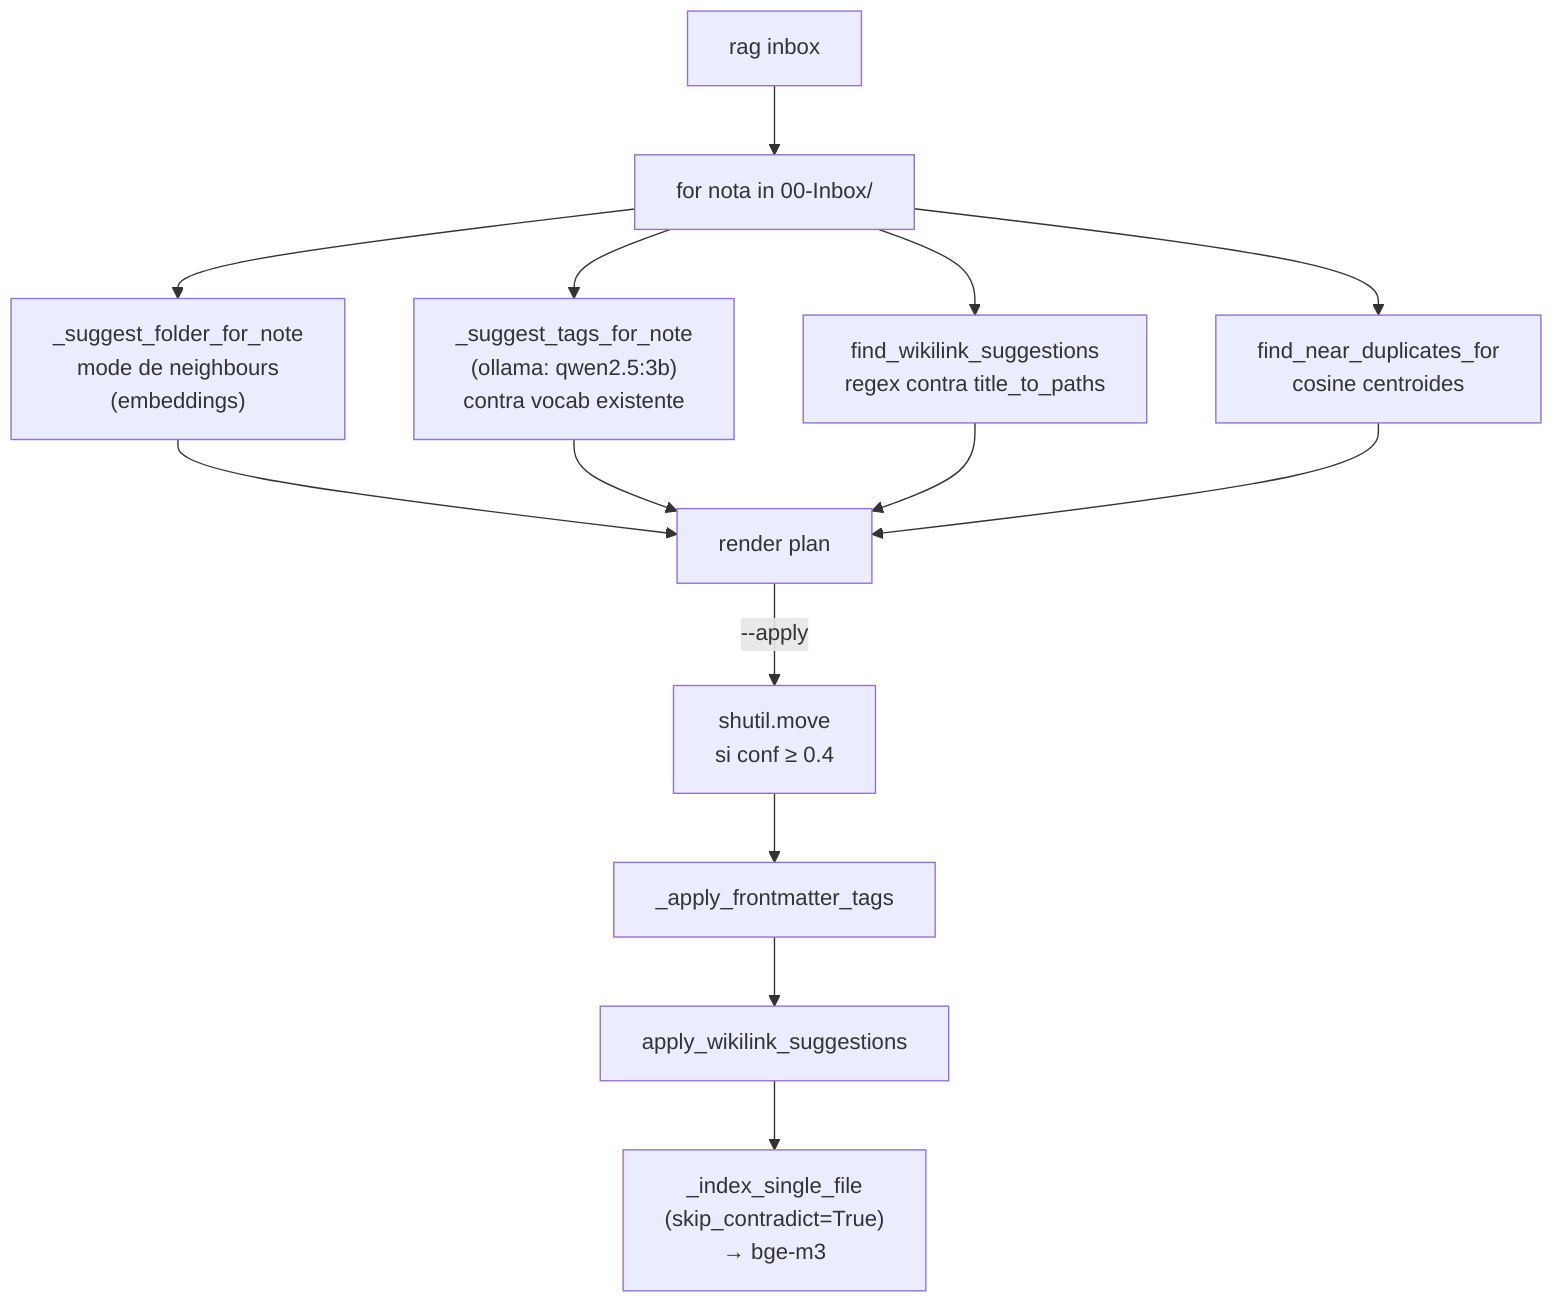
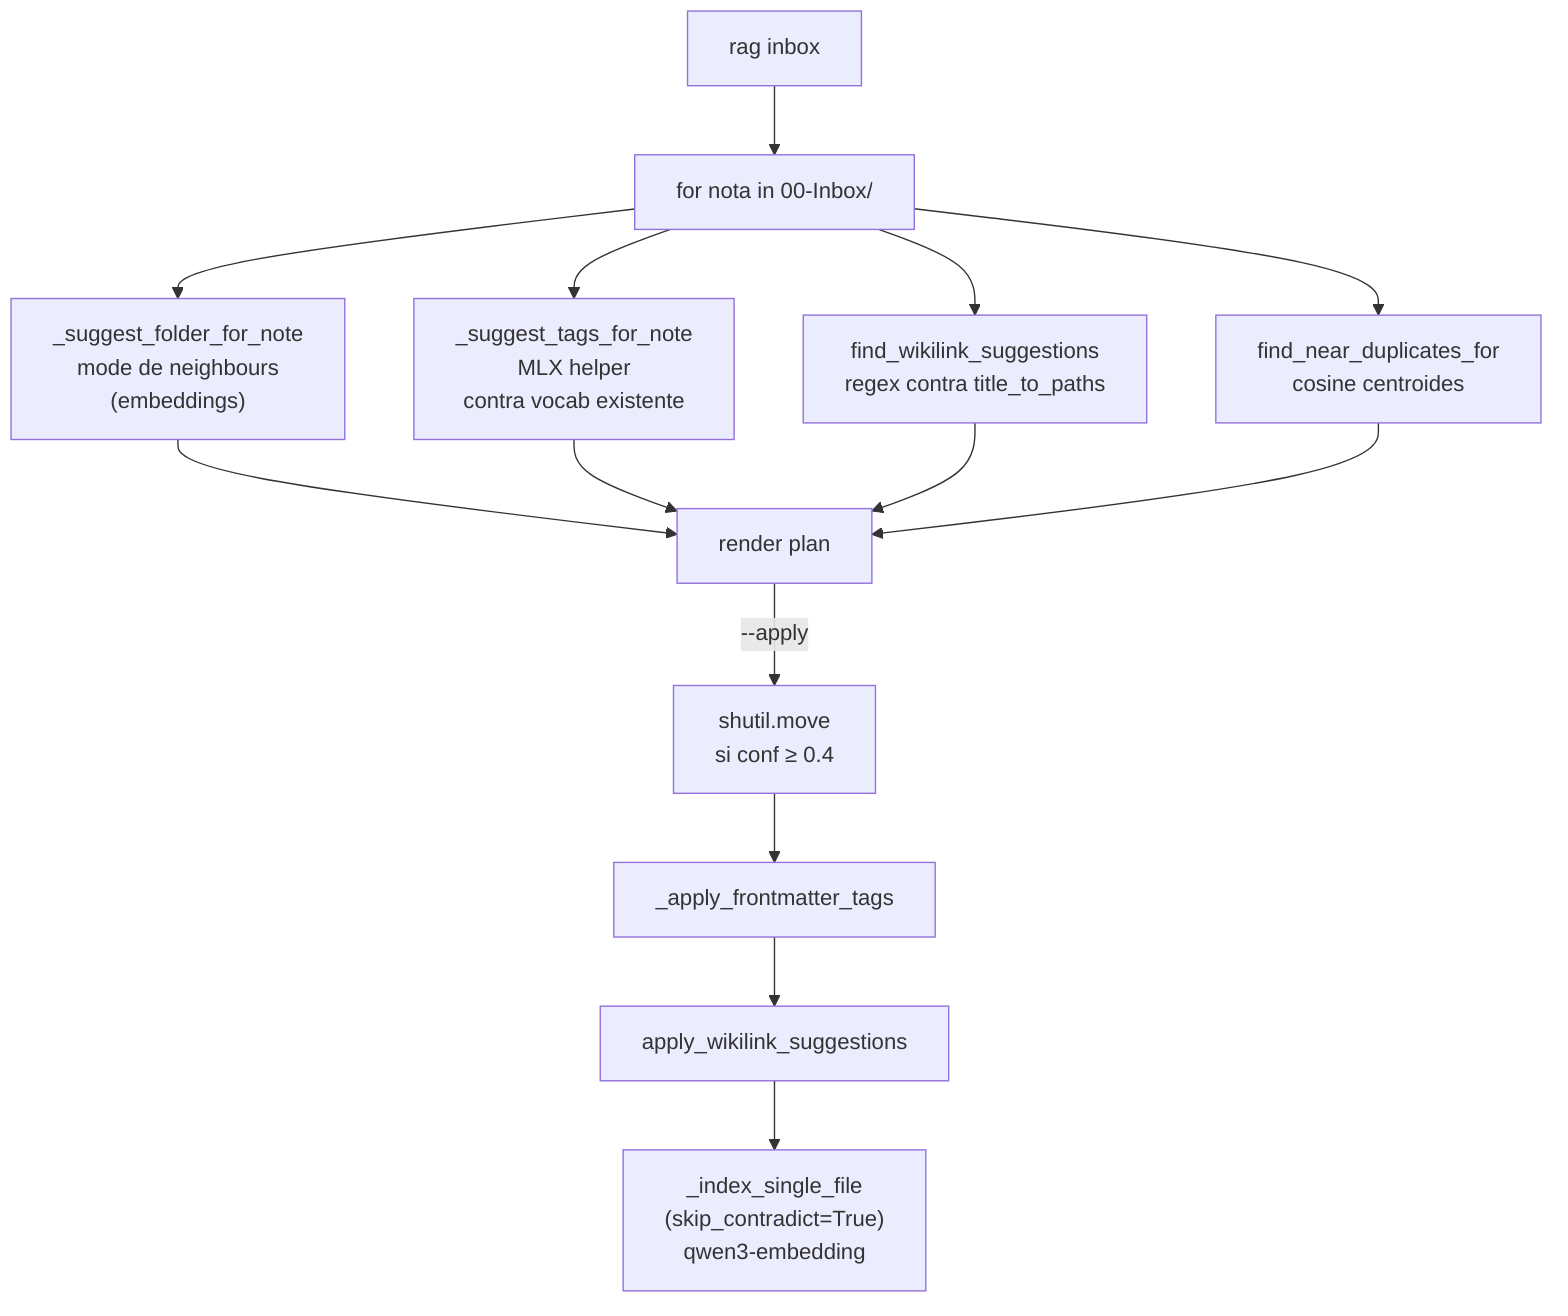
flowchart TD
    Inbox[rag inbox] --> Loop[for nota in 00-Inbox/]
    Loop --> Folder["_suggest_folder_for_note<br/>mode de neighbours<br/>(embeddings)"]
-     Loop --> Tags["_suggest_tags_for_note<br/>(ollama: qwen2.5:3b)<br/>contra vocab existente"]
+     Loop --> Tags["_suggest_tags_for_note<br/>MLX helper<br/>contra vocab existente"]
    Loop --> Wiki[find_wikilink_suggestions<br/>regex contra title_to_paths]
    Loop --> Dupe[find_near_duplicates_for<br/>cosine centroides]
    Folder & Tags & Wiki & Dupe --> Plan[render plan]
    Plan -->|--apply| Move[shutil.move<br/>si conf ≥ 0.4]
    Move --> ApplyTags[_apply_frontmatter_tags]
    ApplyTags --> ApplyWiki[apply_wikilink_suggestions]
-     ApplyWiki --> Reidx["_index_single_file<br/>(skip_contradict=True)<br/>→ bge-m3"]
+     ApplyWiki --> Reidx["_index_single_file<br/>(skip_contradict=True)<br/>qwen3-embedding"]
